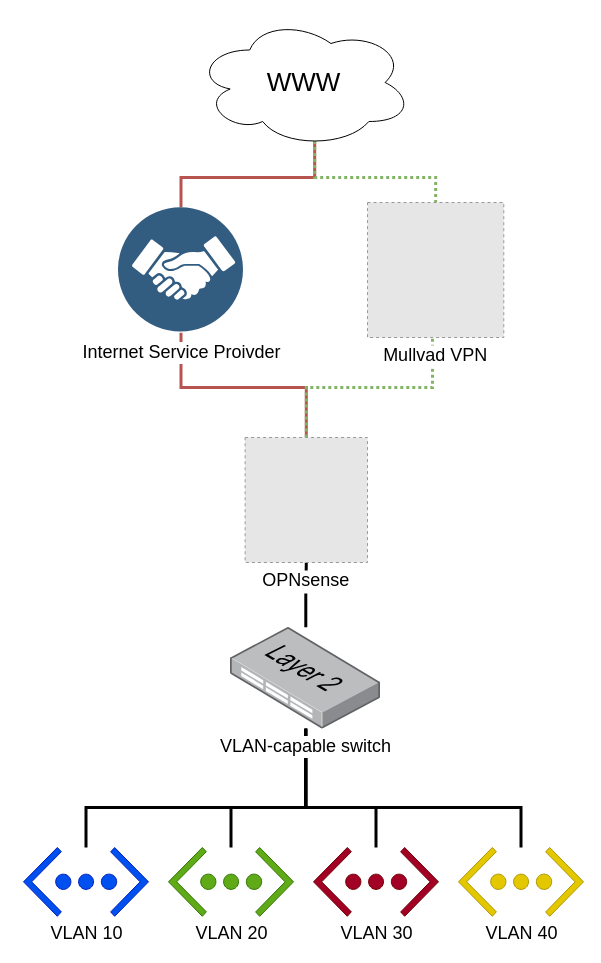
schnerring/schnerring.github.io keeps this draw.io diagram as content/posts/opnsense-baseline-guide-with-vpn-guest-and-vlan-support/cover.drawio. Above is the earlier version. Source tidied: cells renumbered, new cells numbered last; positions are measured from the earlier drawing's top-left corner, leaving out a move shared by most shapes. Both pictures are drawn from the tidied source at 100%, with x=0, y=0 at pixel (23, 17). Pictures stored in the file or linked from it are replaced by grey dashed boxes.
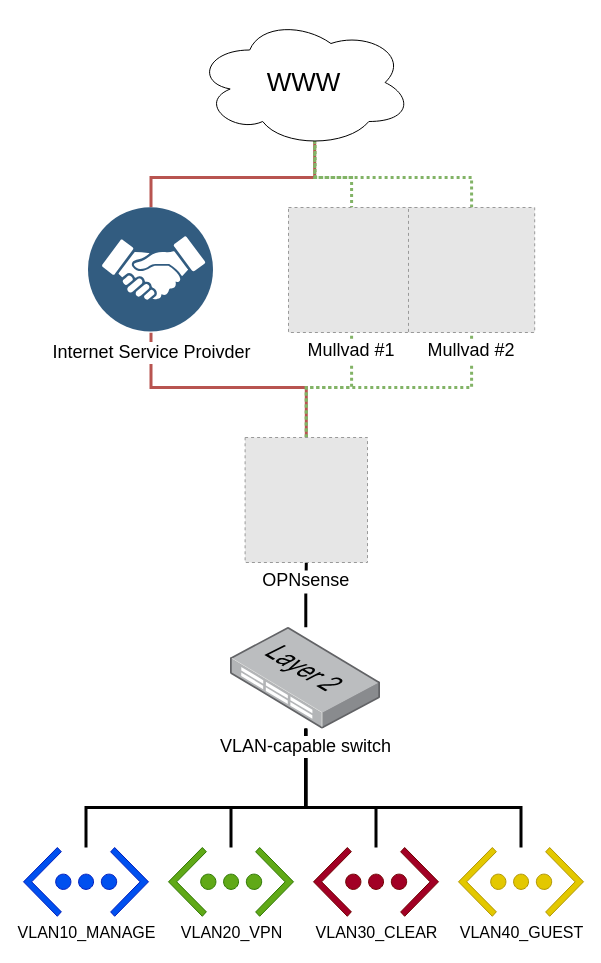
The same diagram, later.

The change refers to these unchanged cells:
```xml
<mxCell id="11" value="OPNsense" style="fillColor=#E6E6E6;strokeColor=#999999;dashed=1;verticalLabelPosition=bottom;labelBackgroundColor=#ffffff;verticalAlign=top;fontSize=18;" parent="1" vertex="1">
  <mxGeometry x="221.6" y="420" width="122.4" height="125" as="geometry" />
</mxCell>
<mxCell id="12" value="WWW" style="ellipse;shape=cloud;whiteSpace=wrap;html=1;align=center;fontSize=26;fontColor=#000000;" parent="1" vertex="1">
  <mxGeometry x="172" width="216.7" height="130" as="geometry" />
</mxCell>
```

The edit, as a diff of the source:
```diff
@@
     <mxCell id="7" style="endArrow=none;html=1;strokeWidth=3;rounded=0;fontSize=14;fontColor=#000000;edgeStyle=orthogonalEdgeStyle;exitX=0.5;exitY=0;exitDx=0;exitDy=0;entryX=0.55;entryY=0.95;entryDx=0;entryDy=0;entryPerimeter=0;fillColor=#f8cecc;strokeColor=#b85450;" parent="1" edge="1" source="14" target="12">
       <mxGeometry relative="1" as="geometry">
         <Array as="points">
-          <mxPoint x="158" y="160" />
+          <mxPoint x="127" y="160" />
           <mxPoint x="291" y="160" />
         </Array>
       </mxGeometry>
     </mxCell>
     <mxCell id="8" style="endArrow=none;html=1;strokeWidth=3;rounded=0;fontSize=18;fontColor=#000000;edgeStyle=orthogonalEdgeStyle;exitX=0.5;exitY=1;exitDx=0;exitDy=0;entryX=0.5;entryY=0;entryDx=0;entryDy=0;fillColor=#f8cecc;strokeColor=#b85450;" parent="1" edge="1" source="14" target="11">
       <mxGeometry relative="1" as="geometry">
         <Array as="points">
-          <mxPoint x="158" y="370" />
+          <mxPoint x="127" y="370" />
           <mxPoint x="283" y="370" />
         </Array>
       </mxGeometry>
     </mxCell>
     <mxCell id="9" style="endArrow=none;dashed=1;html=1;strokeWidth=3;rounded=0;fontSize=18;fontColor=#000000;edgeStyle=orthogonalEdgeStyle;exitX=0.5;exitY=0;exitDx=0;exitDy=0;entryX=0.5;entryY=1;entryDx=0;entryDy=0;fillColor=#d5e8d4;strokeColor=#82b366;dashPattern=1 1;" parent="1" edge="1" source="11" target="13">
       <mxGeometry relative="1" as="geometry">
         <Array as="points">
           <mxPoint x="283" y="370" />
-          <mxPoint x="409" y="370" />
-          <mxPoint x="409" y="318" />
+          <mxPoint x="328" y="370" />
         </Array>
       </mxGeometry>
     </mxCell>
+    <mxCell id="20" style="endArrow=none;dashed=1;html=1;strokeWidth=3;rounded=0;fontSize=18;fontColor=#000000;edgeStyle=orthogonalEdgeStyle;entryX=0.5;entryY=1;entryDx=0;entryDy=0;exitX=0.5;exitY=0;exitDx=0;exitDy=0;fillColor=#d5e8d4;strokeColor=#82b366;dashPattern=1 1;" parent="1" edge="1" source="11" target="22">
+      <mxGeometry relative="1" as="geometry">
+        <Array as="points">
+          <mxPoint x="283" y="370" />
+          <mxPoint x="448" y="370" />
+        </Array>
+      </mxGeometry>
+    </mxCell>
     <mxCell id="10" style="endArrow=none;dashed=1;html=1;strokeWidth=3;rounded=0;fontSize=14;fontColor=#000000;edgeStyle=orthogonalEdgeStyle;exitX=0.55;exitY=0.95;exitDx=0;exitDy=0;exitPerimeter=0;fillColor=#d5e8d4;strokeColor=#82b366;entryX=0.5;entryY=0;entryDx=0;entryDy=0;dashPattern=1 1;" parent="1" edge="1" source="12" target="13">
       <mxGeometry relative="1" as="geometry">
         <Array as="points">
           <mxPoint x="291" y="160" />
-          <mxPoint x="412" y="160" />
+          <mxPoint x="328" y="160" />
         </Array>
       </mxGeometry>
     </mxCell>
+    <mxCell id="21" style="endArrow=none;dashed=1;html=1;strokeWidth=3;rounded=0;fontSize=14;fontColor=#000000;edgeStyle=orthogonalEdgeStyle;exitX=0.5;exitY=0;exitDx=0;exitDy=0;entryX=0.552;entryY=0.963;entryDx=0;entryDy=0;entryPerimeter=0;fillColor=#d5e8d4;strokeColor=#82b366;dashPattern=1 1;" parent="1" edge="1" source="22" target="12">
+      <mxGeometry relative="1" as="geometry">
+        <Array as="points">
+          <mxPoint x="448" y="160" />
+          <mxPoint x="292" y="160" />
+        </Array>
+      </mxGeometry>
+    </mxCell>
@@
-    <mxCell id="13" value="Mullvad VPN&#10;" style="fillColor=#E6E6E6;strokeColor=#999999;dashed=1;verticalLabelPosition=bottom;labelBackgroundColor=#FFFFFF;verticalAlign=top;fontSize=18;" parent="1" vertex="1">
-      <mxGeometry x="344" y="185" width="136.3" height="135" as="geometry" />
+    <mxCell id="13" value="Mullvad #1" style="fillColor=#E6E6E6;strokeColor=#999999;dashed=1;verticalLabelPosition=bottom;labelBackgroundColor=#FFFFFF;verticalAlign=top;fontSize=18;" parent="1" vertex="1">
+      <mxGeometry x="265" y="190" width="126.2" height="125" as="geometry" />
     </mxCell>
+    <mxCell id="22" value="Mullvad #2" style="fillColor=#E6E6E6;strokeColor=#999999;dashed=1;verticalLabelPosition=bottom;labelBackgroundColor=#FFFFFF;verticalAlign=top;fontSize=18;" parent="1" vertex="1">
+      <mxGeometry x="385" y="190" width="126.2" height="125" as="geometry" />
+    </mxCell>
     <mxCell id="14" value="Internet Service Proivder" style="perimeter=ellipsePerimeter;html=1;align=center;shadow=0;dashed=0;fontColor=#000000;labelBackgroundColor=#FFFFFF;fontSize=18;spacingTop=3;image;image=img/lib/ibm/blockchain/membership_services_provider_api.svg;imageBackground=default;" parent="1" vertex="1">
-      <mxGeometry x="95" y="190" width="125" height="125" as="geometry" />
+      <mxGeometry x="65" y="190" width="125" height="125" as="geometry" />
     </mxCell>
@@
-    <mxCell id="16" value="VLAN 30" style="verticalLabelPosition=bottom;html=1;verticalAlign=top;align=center;strokeColor=#6F0000;fillColor=#a20025;shape=mxgraph.azure.virtual_network;labelBackgroundColor=#FFFFFF;fontSize=18;fontColor=#000000;" parent="1" vertex="1">
+    <mxCell id="16" value="VLAN30_CLEAR" style="verticalLabelPosition=bottom;html=1;verticalAlign=top;align=center;strokeColor=#6F0000;fillColor=#a20025;shape=mxgraph.azure.virtual_network;labelBackgroundColor=#FFFFFF;fontSize=16;fontColor=#000000;" parent="1" vertex="1">
       <mxGeometry x="290" y="830" width="125" height="68.8" as="geometry" />
     </mxCell>
-    <mxCell id="17" value="VLAN 20" style="verticalLabelPosition=bottom;html=1;verticalAlign=top;align=center;strokeColor=#2D7600;fillColor=#60a917;shape=mxgraph.azure.virtual_network;labelBackgroundColor=#FFFFFF;fontSize=18;fontColor=#000000;" parent="1" vertex="1">
+    <mxCell id="17" value="VLAN20_VPN" style="verticalLabelPosition=bottom;html=1;verticalAlign=top;align=center;strokeColor=#2D7600;fillColor=#60a917;shape=mxgraph.azure.virtual_network;labelBackgroundColor=#FFFFFF;fontSize=16;fontColor=#000000;" parent="1" vertex="1">
       <mxGeometry x="145" y="830" width="125" height="68.8" as="geometry" />
     </mxCell>
-    <mxCell id="18" value="VLAN 10" style="verticalLabelPosition=bottom;html=1;verticalAlign=top;align=center;strokeColor=#001DBC;fillColor=#0050ef;shape=mxgraph.azure.virtual_network;labelBackgroundColor=#FFFFFF;fontSize=18;fontColor=#000000;" parent="1" vertex="1">
+    <mxCell id="18" value="VLAN10_MANAGE" style="verticalLabelPosition=bottom;html=1;verticalAlign=top;align=center;strokeColor=#001DBC;fillColor=#0050ef;shape=mxgraph.azure.virtual_network;labelBackgroundColor=#FFFFFF;fontSize=16;fontColor=#000000;" parent="1" vertex="1">
       <mxGeometry y="830" width="125" height="68.8" as="geometry" />
     </mxCell>
-    <mxCell id="19" value="VLAN 40" style="verticalLabelPosition=bottom;html=1;verticalAlign=top;align=center;strokeColor=#B09500;fillColor=#e3c800;shape=mxgraph.azure.virtual_network;labelBackgroundColor=#FFFFFF;fontSize=18;fontColor=#000000;" parent="1" vertex="1">
+    <mxCell id="19" value="VLAN40_GUEST" style="verticalLabelPosition=bottom;html=1;verticalAlign=top;align=center;strokeColor=#B09500;fillColor=#e3c800;shape=mxgraph.azure.virtual_network;labelBackgroundColor=#FFFFFF;fontSize=16;fontColor=#000000;" parent="1" vertex="1">
       <mxGeometry x="435" y="830" width="125" height="68.8" as="geometry" />
     </mxCell>
```
